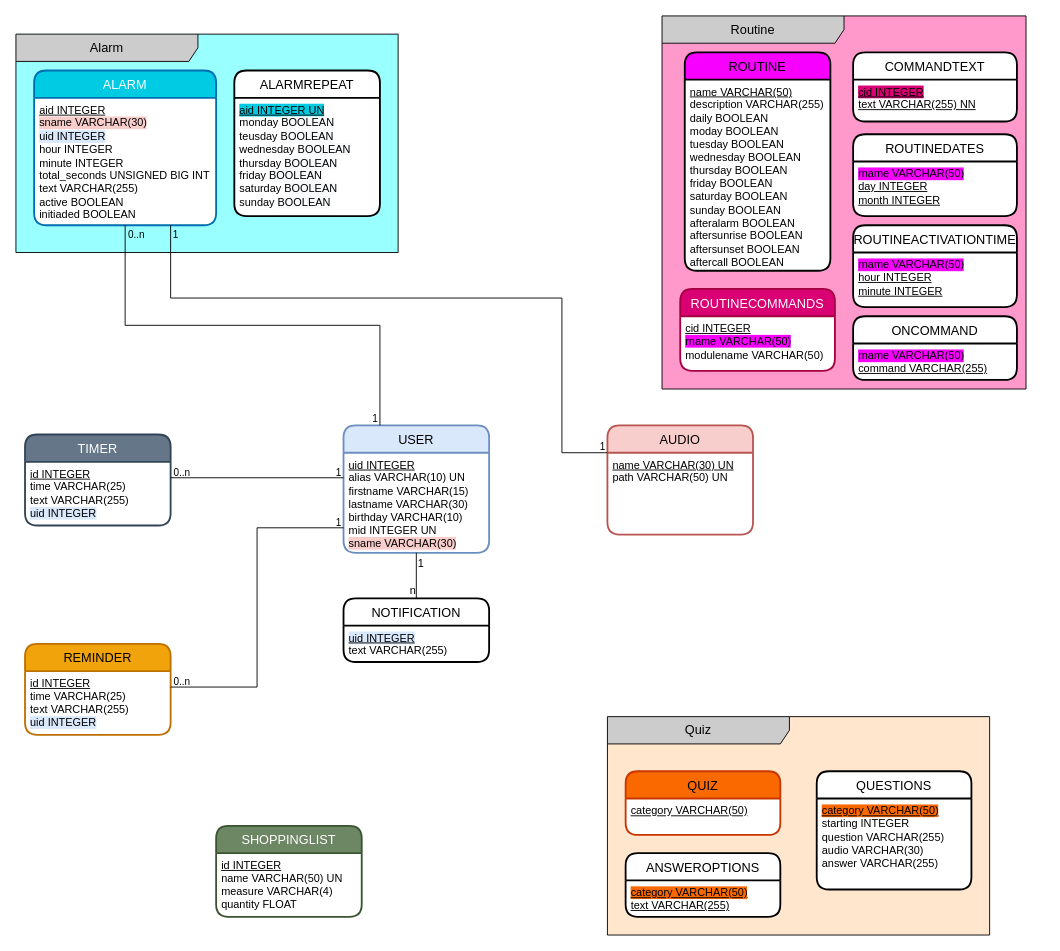
TrellixVulnTeam/Jarvis_ENYN keeps this draw.io diagram as doc/database/files/erm.drawio. Above is the earlier version. Source tidied: cells renumbered, new cells numbered last; positions are measured from the earlier drawing's top-left corner, leaving out a move shared by most shapes. Both pictures are drawn from the tidied source at 91%, with x=0, y=0 at pixel (15, 15).
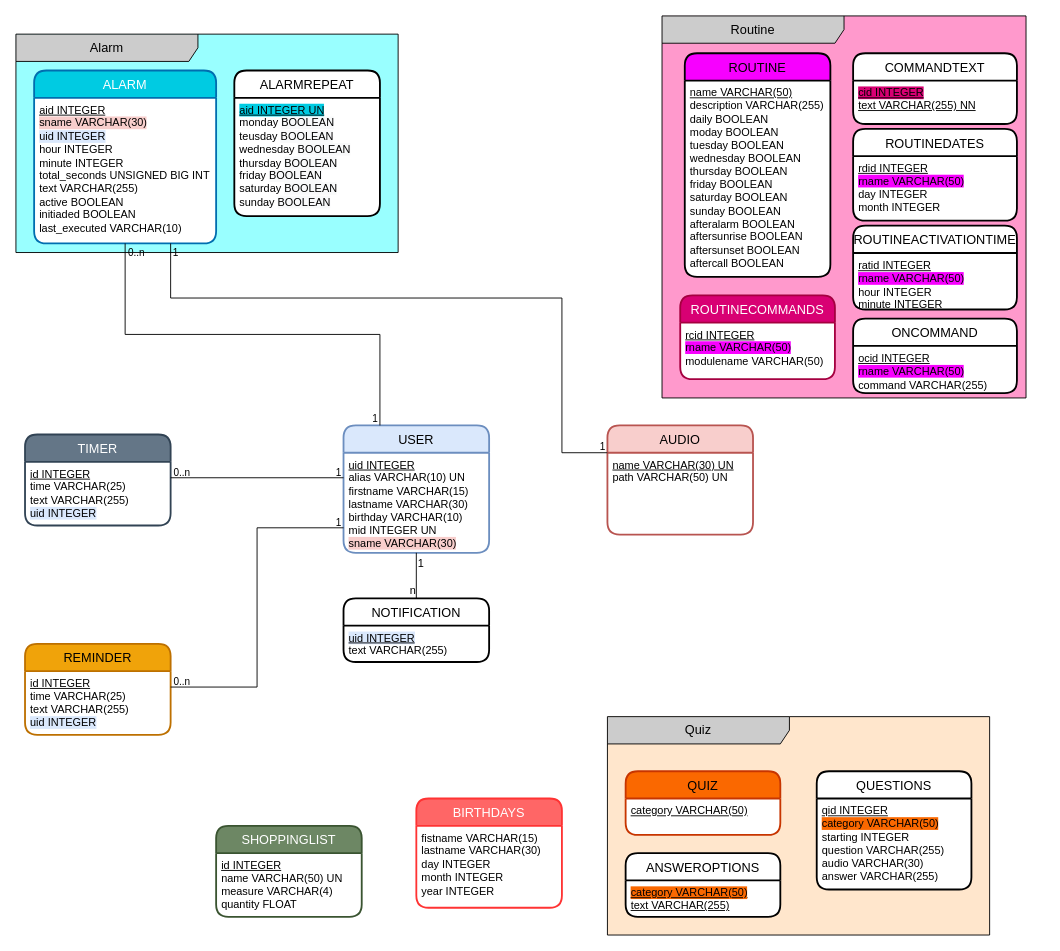
Above is the later version.

Unchanged cells that the change refers to:
```xml
<mxCell id="27" style="group;" parent="1" vertex="1">
  <mxGeometry y="20" width="420" height="240" as="geometry" />
</mxCell>
<mxCell id="37" value="QUESTIONS" style="swimlane;horizontal=1;startSize=30;rounded=1;fontSize=14;fontStyle=0;strokeWidth=2;shadow=0;dashed=0;align=center;swimlaneFillColor=default;" parent="33" vertex="1">
  <mxGeometry x="230" y="60" width="170" height="130" as="geometry" />
</mxCell>
```

The edit, as a diff of the source:
```diff
@@
     <mxCell id="12" style="group;" parent="1" vertex="1">
-      <mxGeometry x="710" width="420" height="420" as="geometry" />
+      <mxGeometry x="710" width="420" height="430" as="geometry" />
     </mxCell>
     <mxCell id="13" style="group;" parent="12" vertex="1">
-      <mxGeometry width="400" height="420" as="geometry" />
+      <mxGeometry width="400" height="430" as="geometry" />
     </mxCell>
     <mxCell id="14" value="Routine" style="shape=umlFrame;whiteSpace=wrap;html=1;fontSize=14;width=200;height=30;gradientColor=none;swimlaneFillColor=#FF99CC;fillColor=#CCCCCC;" parent="13" vertex="1">
-      <mxGeometry width="400" height="410" as="geometry" />
+      <mxGeometry width="400" height="419.8" as="geometry" />
     </mxCell>
     <mxCell id="15" value="ROUTINE" style="swimlane;horizontal=1;startSize=30;rounded=1;fontSize=14;fontStyle=0;strokeWidth=2;shadow=0;dashed=0;align=center;swimlaneFillColor=default;fillColor=#F700FF;" parent="13" vertex="1">
-      <mxGeometry x="25" y="40" width="160" height="240" as="geometry" />
+      <mxGeometry x="25" y="41" width="160" height="245.7" as="geometry" />
     </mxCell>
     <mxCell id="16" value="&lt;u&gt;name VARCHAR(50)&lt;br&gt;&lt;/u&gt;description VARCHAR(255)&lt;br&gt;daily BOOLEAN&lt;br&gt;moday BOOLEAN&lt;br&gt;tuesday BOOLEAN&lt;br&gt;wednesday BOOLEAN&lt;br&gt;thursday BOOLEAN&lt;br&gt;friday BOOLEAN&lt;br&gt;saturday BOOLEAN&lt;br&gt;sunday BOOLEAN&lt;br&gt;afteralarm BOOLEAN&lt;br&gt;aftersunrise BOOLEAN&lt;br&gt;aftersunset BOOLEAN&lt;br&gt;aftercall BOOLEAN" style="align=left;strokeColor=none;fillColor=none;spacingLeft=4;fontSize=12;verticalAlign=top;html=1;" parent="15" vertex="1">
-      <mxGeometry y="30" width="160" height="210" as="geometry" />
+      <mxGeometry y="30" width="160" height="215.7" as="geometry" />
     </mxCell>
     <mxCell id="17" value="ROUTINECOMMANDS" style="swimlane;horizontal=1;startSize=30;rounded=1;fontSize=14;fontStyle=0;strokeWidth=2;shadow=0;dashed=0;align=center;swimlaneFillColor=default;fillColor=#D80073;fontColor=#ffffff;strokeColor=#A50040;" parent="13" vertex="1">
-      <mxGeometry x="20" y="300" width="170" height="90" as="geometry" />
+      <mxGeometry x="20" y="307.1" width="170" height="92.1" as="geometry" />
     </mxCell>
-    <mxCell id="18" value="&lt;u&gt;cid INTEGER&lt;/u&gt;&lt;br&gt;&lt;span style=&quot;background-color: rgb(247 , 0 , 255)&quot;&gt;rname VARCHAR(50)&lt;/span&gt;&lt;br&gt;modulename VARCHAR(50)" style="align=left;strokeColor=none;fillColor=none;spacingLeft=4;fontSize=12;verticalAlign=top;html=1;" parent="17" vertex="1">
-      <mxGeometry y="30" width="170" height="60" as="geometry" />
+    <mxCell id="18" value="&lt;u&gt;rcid INTEGER&lt;/u&gt;&lt;br&gt;&lt;span style=&quot;background-color: rgb(247 , 0 , 255)&quot;&gt;rname VARCHAR(50)&lt;/span&gt;&lt;br&gt;modulename VARCHAR(50)" style="align=left;strokeColor=none;fillColor=none;spacingLeft=4;fontSize=12;verticalAlign=top;html=1;" parent="17" vertex="1">
+      <mxGeometry y="30" width="170" height="62.1" as="geometry" />
     </mxCell>
     <mxCell id="19" value="COMMANDTEXT" style="swimlane;horizontal=1;startSize=30;rounded=1;fontSize=14;fontStyle=0;strokeWidth=2;shadow=0;dashed=0;align=center;swimlaneFillColor=default;" parent="13" vertex="1">
-      <mxGeometry x="210" y="40" width="180" height="76" as="geometry" />
+      <mxGeometry x="210" y="41" width="180" height="77.8" as="geometry" />
     </mxCell>
     <mxCell id="20" value="&lt;u&gt;&lt;span style=&quot;background-color: rgb(216 , 0 , 115)&quot;&gt;cid INTEGER&lt;/span&gt;&lt;br&gt;text VARCHAR(255) NN&lt;/u&gt;" style="align=left;strokeColor=none;fillColor=none;spacingLeft=4;fontSize=12;verticalAlign=top;html=1;" parent="19" vertex="1">
-      <mxGeometry y="30" width="180" height="46" as="geometry" />
+      <mxGeometry y="30" width="180" height="47.8" as="geometry" />
     </mxCell>
     <mxCell id="21" value="ROUTINEDATES" style="swimlane;horizontal=1;startSize=30;rounded=1;fontSize=14;fontStyle=0;strokeWidth=2;shadow=0;dashed=0;align=center;swimlaneFillColor=default;" parent="13" vertex="1">
-      <mxGeometry x="210" y="130" width="180" height="90" as="geometry" />
+      <mxGeometry x="210" y="124.1" width="180" height="100.9" as="geometry" />
     </mxCell>
-    <mxCell id="22" value="&lt;span style=&quot;background-color: rgb(247 , 0 , 255)&quot;&gt;rname VARCHAR(50)&lt;/span&gt;&lt;u&gt;&lt;br&gt;day INTEGER&lt;br&gt;month INTEGER&lt;/u&gt;" style="align=left;strokeColor=none;fillColor=none;spacingLeft=4;fontSize=12;verticalAlign=top;html=1;" parent="21" vertex="1">
-      <mxGeometry y="30" width="180" height="60" as="geometry" />
+    <mxCell id="22" value="&lt;u&gt;rdid INTEGER&lt;/u&gt;&lt;br&gt;&lt;span style=&quot;background-color: rgb(247 , 0 , 255)&quot;&gt;rname VARCHAR(50)&lt;/span&gt;&lt;br&gt;day INTEGER&lt;br&gt;month INTEGER" style="align=left;strokeColor=none;fillColor=none;spacingLeft=4;fontSize=12;verticalAlign=top;html=1;" parent="21" vertex="1">
+      <mxGeometry y="30" width="180" height="70.9" as="geometry" />
     </mxCell>
     <mxCell id="23" value="ROUTINEACTIVATIONTIME" style="swimlane;horizontal=1;startSize=30;rounded=1;fontSize=14;fontStyle=0;strokeWidth=2;shadow=0;dashed=0;align=center;swimlaneFillColor=default;" parent="13" vertex="1">
-      <mxGeometry x="210" y="230" width="180" height="90" as="geometry" />
+      <mxGeometry x="210" y="230.5" width="180" height="92.1" as="geometry" />
     </mxCell>
-    <mxCell id="24" value="&lt;span style=&quot;background-color: rgb(247 , 0 , 255)&quot;&gt;rname VARCHAR(50)&lt;/span&gt;&lt;u&gt;&lt;br&gt;hour INTEGER&lt;br&gt;minute INTEGER&lt;/u&gt;" style="align=left;strokeColor=none;fillColor=none;spacingLeft=4;fontSize=12;verticalAlign=top;html=1;" parent="23" vertex="1">
-      <mxGeometry y="30" width="180" height="60" as="geometry" />
+    <mxCell id="24" value="&lt;u&gt;ratid INTEGER&lt;/u&gt;&lt;br&gt;&lt;span style=&quot;background-color: rgb(247 , 0 , 255)&quot;&gt;rname VARCHAR(50)&lt;/span&gt;&lt;br&gt;hour INTEGER&lt;br&gt;minute INTEGER" style="align=left;strokeColor=none;fillColor=none;spacingLeft=4;fontSize=12;verticalAlign=top;html=1;" parent="23" vertex="1">
+      <mxGeometry y="30" width="180" height="62.1" as="geometry" />
     </mxCell>
     <mxCell id="25" value="ONCOMMAND" style="swimlane;horizontal=1;startSize=30;rounded=1;fontSize=14;fontStyle=0;strokeWidth=2;shadow=0;dashed=0;align=center;swimlaneFillColor=default;" parent="13" vertex="1">
-      <mxGeometry x="210" y="330" width="180" height="70" as="geometry" />
+      <mxGeometry x="210" y="332.6" width="180" height="81.9" as="geometry" />
     </mxCell>
-    <mxCell id="26" value="&lt;span style=&quot;background-color: rgb(247 , 0 , 255)&quot;&gt;rname VARCHAR(50)&lt;/span&gt;&lt;u&gt;&lt;br&gt;command VARCHAR(255)&lt;br&gt;&lt;/u&gt;" style="align=left;strokeColor=none;fillColor=none;spacingLeft=4;fontSize=12;verticalAlign=top;html=1;" parent="25" vertex="1">
-      <mxGeometry y="30" width="180" height="40" as="geometry" />
+    <mxCell id="26" value="&lt;u&gt;ocid INTEGER&lt;/u&gt;&lt;br&gt;&lt;span style=&quot;background-color: rgb(247 , 0 , 255)&quot;&gt;rname VARCHAR(50)&lt;/span&gt;&lt;br&gt;command VARCHAR(255)" style="align=left;strokeColor=none;fillColor=none;spacingLeft=4;fontSize=12;verticalAlign=top;html=1;" parent="25" vertex="1">
+      <mxGeometry y="30" width="180" height="51.9" as="geometry" />
     </mxCell>
@@
     <mxCell id="29" value="ALARM" style="swimlane;horizontal=1;startSize=30;rounded=1;fontSize=14;fontStyle=0;strokeWidth=2;shadow=0;dashed=0;align=center;glass=0;sketch=0;fillColor=#00CBE2;swimlaneFillColor=default;fontColor=#ffffff;strokeColor=#006EAF;" parent="27" vertex="1">
-      <mxGeometry x="20" y="40" width="200" height="170" as="geometry" />
+      <mxGeometry x="20" y="40" width="200" height="190" as="geometry" />
     </mxCell>
-    <mxCell id="30" value="&lt;u&gt;aid INTEGER&lt;/u&gt;&lt;br&gt;&lt;span style=&quot;background-color: rgb(248 , 206 , 204)&quot;&gt;sname VARCHAR(30)&lt;/span&gt;&lt;br&gt;&lt;span style=&quot;background-color: rgb(218 , 232 , 252)&quot;&gt;uid INTEGER&lt;/span&gt;&lt;br&gt;hour INTEGER&lt;br&gt;minute INTEGER&lt;br&gt;total_seconds UNSIGNED BIG INT&lt;br&gt;text VARCHAR(255)&lt;br&gt;active BOOLEAN&lt;br&gt;initiaded BOOLEAN" style="align=left;strokeColor=none;fillColor=none;spacingLeft=4;fontSize=12;verticalAlign=top;html=1;" parent="29" vertex="1">
-      <mxGeometry y="30" width="200" height="140" as="geometry" />
+    <mxCell id="30" value="&lt;u&gt;aid INTEGER&lt;/u&gt;&lt;br&gt;&lt;span style=&quot;background-color: rgb(248 , 206 , 204)&quot;&gt;sname VARCHAR(30)&lt;/span&gt;&lt;br&gt;&lt;span style=&quot;background-color: rgb(218 , 232 , 252)&quot;&gt;uid INTEGER&lt;/span&gt;&lt;br&gt;hour INTEGER&lt;br&gt;minute INTEGER&lt;br&gt;total_seconds UNSIGNED BIG INT&lt;br&gt;text VARCHAR(255)&lt;br&gt;active BOOLEAN&lt;br&gt;initiaded BOOLEAN&lt;br&gt;last_executed VARCHAR(10)" style="align=left;strokeColor=none;fillColor=none;spacingLeft=4;fontSize=12;verticalAlign=top;html=1;" parent="29" vertex="1">
+      <mxGeometry y="30" width="200" height="160" as="geometry" />
     </mxCell>
@@
-    <mxCell id="38" value="&lt;u style=&quot;background-color: rgb(250 , 104 , 0)&quot;&gt;category VARCHAR(50)&lt;/u&gt;&lt;br&gt;starting INTEGER&lt;br&gt;question VARCHAR(255)&lt;br&gt;audio VARCHAR(30)&lt;br&gt;answer VARCHAR(255)" style="align=left;strokeColor=none;fillColor=none;spacingLeft=4;fontSize=12;verticalAlign=top;html=1;" parent="37" vertex="1">
+    <mxCell id="38" value="&lt;u&gt;qid INTEGER&lt;/u&gt;&lt;br&gt;&lt;span style=&quot;background-color: rgb(250 , 104 , 0)&quot;&gt;category VARCHAR(50)&lt;/span&gt;&lt;br&gt;starting INTEGER&lt;br&gt;question VARCHAR(255)&lt;br&gt;audio VARCHAR(30)&lt;br&gt;answer VARCHAR(255)" style="align=left;strokeColor=none;fillColor=none;spacingLeft=4;fontSize=12;verticalAlign=top;html=1;" parent="37" vertex="1">
       <mxGeometry y="30" width="170" height="100" as="geometry" />
     </mxCell>
@@
+    <mxCell id="58" value="BIRTHDAYS" style="swimlane;horizontal=1;startSize=30;rounded=1;fontSize=14;fontStyle=0;strokeWidth=2;shadow=0;dashed=0;align=center;swimlaneFillColor=default;fillColor=#FF6666;fontColor=#ffffff;strokeColor=#FF3333;" parent="1" vertex="1">
+      <mxGeometry x="440" y="860" width="160" height="120" as="geometry" />
+    </mxCell>
+    <mxCell id="59" value="fistname VARCHAR(15)&lt;br&gt;lastname VARCHAR(30)&lt;br&gt;day INTEGER&lt;br&gt;month INTEGER&lt;br&gt;year INTEGER" style="align=left;strokeColor=none;fillColor=none;spacingLeft=4;fontSize=12;verticalAlign=top;html=1;" parent="58" vertex="1">
+      <mxGeometry y="30" width="160" height="90" as="geometry" />
+    </mxCell>
```
